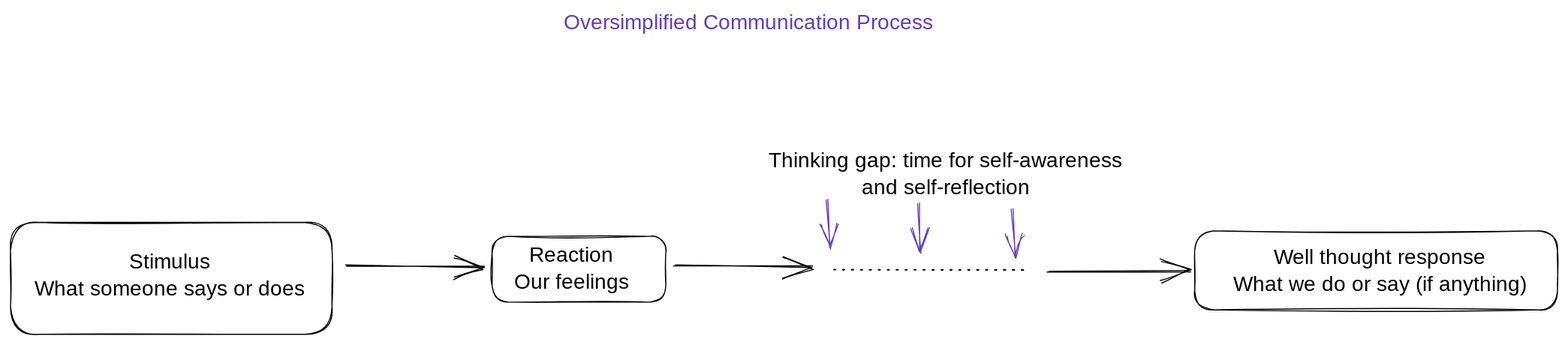
The Excalidraw diagram .gitbook/assets/file.excalidraw.svg in nokola/SelfToolkit, before a commit. Source tidied: one line per element, renumbered; positions are measured from the earlier drawing's top-left corner, leaving out a move shared by most shapes.
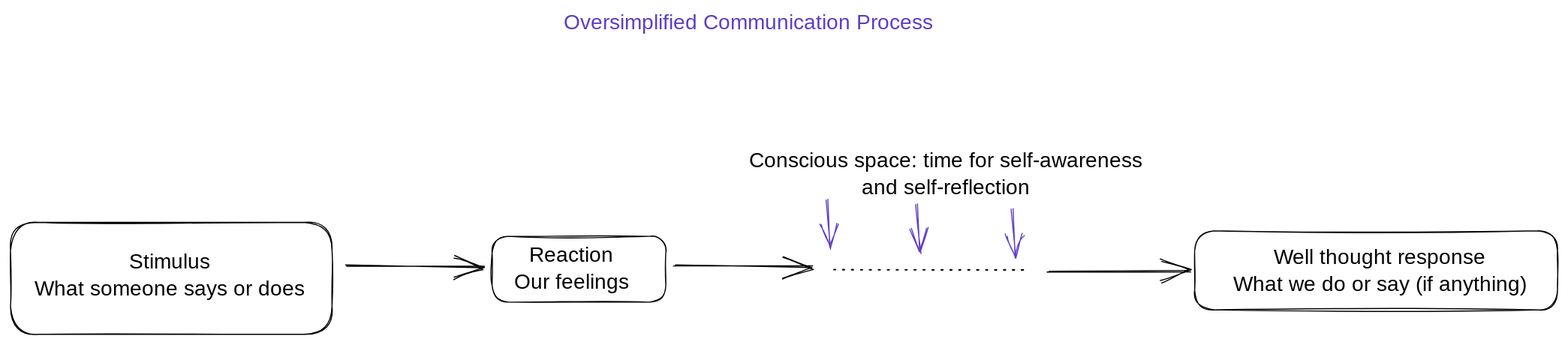
After the change.

Change to the diagram source:
```diff
@@ -5,11 +5,11 @@
 {"id": 4, "type": "arrow", "strokeColor": "#000000", "strokeWidth": 1, "roughness": 1, "endArrowhead": "arrow", "round": true, "to": 10, "x": 987, "y": 248, "width": 135, "height": 1, "points": [[0, 0], [135, -1]]}
 {"id": 5, "type": "text", "text": "Well thought response\nWhat we do or say (if anything)", "strokeColor": "#000000", "strokeWidth": 1, "roughness": 1, "fontSize": 20, "fontFamily": 1, "textAlign": "center", "x": 1145, "y": 224, "width": 316, "height": 51}
 {"id": 6, "type": "line", "strokeColor": "#000000", "strokeWidth": 1, "strokeStyle": "dotted", "roughness": 1, "round": true, "x": 784, "y": 246, "width": 184, "height": 0, "points": [[0, 0], [184, 0]]}
-{"id": 7, "type": "text", "text": "Thinking gap: time for self-awareness\nand self-reflection", "strokeColor": "#000000", "strokeWidth": 1, "strokeStyle": "dotted", "roughness": 1, "fontSize": 20, "fontFamily": 1, "textAlign": "center", "x": 707, "y": 132, "width": 366, "height": 51}
+{"id": 7, "type": "text", "text": "Conscious space: time for self-awareness\nand self-reflection", "strokeColor": "#000000", "strokeWidth": 1, "strokeStyle": "dotted", "roughness": 1, "fontSize": 20, "fontFamily": 1, "textAlign": "center", "x": 687, "y": 132, "width": 407, "height": 51}
 {"id": 8, "type": "rectangle", "strokeColor": "#000000", "strokeWidth": 1, "roughness": 1, "round": true, "x": 0, "y": 202, "width": 306, "height": 107}
 {"id": 9, "type": "rectangle", "strokeColor": "#000000", "strokeWidth": 1, "roughness": 1, "round": true, "x": 458, "y": 215, "width": 165, "height": 63}
 {"id": 10, "type": "rectangle", "strokeColor": "#000000", "strokeWidth": 1, "roughness": 1, "round": true, "x": 1127, "y": 210, "width": 345, "height": 75}
 {"id": 11, "type": "text", "text": "Oversimplified Communication Process", "strokeColor": "#5f3dc4", "strokeWidth": 1, "roughness": 1, "fontSize": 20, "fontFamily": 1, "textAlign": "center", "x": 522, "y": 0, "width": 360, "height": 25}
 {"id": 12, "type": "arrow", "strokeColor": "#5f3dc4", "strokeWidth": 1, "roughness": 1, "endArrowhead": "arrow", "round": true, "x": 777, "y": 180, "width": 3, "height": 47, "points": [[0, 0], [3, 47]]}
-{"id": 13, "type": "arrow", "strokeColor": "#5f3dc4", "strokeWidth": 1, "roughness": 1, "endArrowhead": "arrow", "round": true, "from": 7, "x": 864, "y": 183, "width": 3, "height": 47, "points": [[0, 0], [3, 47]]}
+{"id": 13, "type": "arrow", "strokeColor": "#5f3dc4", "strokeWidth": 1, "roughness": 1, "endArrowhead": "arrow", "round": true, "from": 7, "x": 862, "y": 184, "width": 5, "height": 47, "points": [[0, 0], [5, 47]]}
 {"id": 14, "type": "arrow", "strokeColor": "#5f3dc4", "strokeWidth": 1, "roughness": 1, "endArrowhead": "arrow", "round": true, "x": 953, "y": 188, "width": 3, "height": 47, "points": [[0, 0], [3, 47]]}
```
